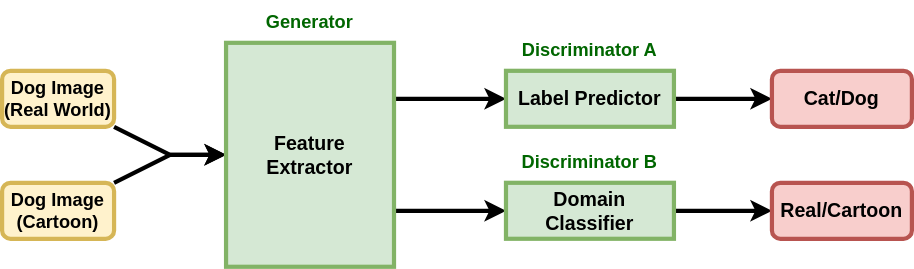
yyhtbs-yye/course_images keeps this draw.io diagram as DAT using GAN.svg. Above is the earlier version. Source tidied: cells renumbered, new cells last; positions are measured from the earlier drawing's top-left corner, leaving out a move shared by most shapes. Source of this version:
```xml
<mxGraphModel>
  <root>
    <mxCell id="0" />
    <mxCell id="1" parent="0" />
    <mxCell id="2" style="rounded=0;jettySize=auto;html=1;entryX=0;entryY=0.5;entryDx=0;entryDy=0;strokeColor=default;strokeWidth=3;fontSize=14;fontColor=#006600;" parent="1" edge="1" source="3" target="8">
      <mxGeometry relative="1" as="geometry">
        <Array as="points">
          <mxPoint x="120" y="110" />
        </Array>
      </mxGeometry>
    </mxCell>
    <mxCell id="3" value="Dog Image&lt;br style=&quot;font-size: 13px;&quot;&gt;(Real World)" style="rounded=1;whiteSpace=wrap;html=1;fillStyle=auto;fillColor=#fff2cc;strokeColor=#d6b656;fontSize=13;fontStyle=1;strokeWidth=3;" parent="1" vertex="1">
      <mxGeometry y="50" width="80" height="40" as="geometry" />
    </mxCell>
    <mxCell id="4" style="rounded=0;jettySize=auto;html=1;strokeColor=default;strokeWidth=3;fontSize=14;fontColor=#006600;entryX=0;entryY=0.5;entryDx=0;entryDy=0;" parent="1" edge="1" source="5" target="8">
      <mxGeometry relative="1" as="geometry">
        <Array as="points">
          <mxPoint x="120" y="110" />
        </Array>
      </mxGeometry>
    </mxCell>
    <mxCell id="5" value="Dog Image&lt;br style=&quot;border-color: var(--border-color); font-size: 13px;&quot;&gt;(Cartoon)" style="rounded=1;whiteSpace=wrap;html=1;fillStyle=auto;fillColor=#fff2cc;strokeColor=#d6b656;fontSize=13;fontStyle=1;strokeWidth=3;" parent="1" vertex="1">
      <mxGeometry y="130" width="80" height="40" as="geometry" />
    </mxCell>
    <mxCell id="6" style="edgeStyle=orthogonalEdgeStyle;rounded=0;jettySize=auto;html=1;exitX=1;exitY=0.25;exitDx=0;exitDy=0;entryX=0;entryY=0.5;entryDx=0;entryDy=0;strokeColor=default;strokeWidth=3;fontSize=14;fontColor=#006600;" parent="1" edge="1" source="8" target="10">
      <mxGeometry relative="1" as="geometry" />
    </mxCell>
    <mxCell id="7" style="edgeStyle=orthogonalEdgeStyle;rounded=0;jettySize=auto;html=1;exitX=1;exitY=0.75;exitDx=0;exitDy=0;strokeColor=default;strokeWidth=3;fontSize=14;fontColor=#006600;" parent="1" edge="1" source="8" target="12">
      <mxGeometry relative="1" as="geometry" />
    </mxCell>
    <mxCell id="8" value="Feature&lt;br&gt;Extractor" style="rounded=0;whiteSpace=wrap;html=1;fillStyle=auto;fillColor=#d5e8d4;strokeColor=#82b366;fontSize=14;fontStyle=1;strokeWidth=3;" parent="1" vertex="1">
      <mxGeometry x="160" y="30" width="120" height="160" as="geometry" />
    </mxCell>
    <mxCell id="9" style="edgeStyle=orthogonalEdgeStyle;rounded=0;jettySize=auto;html=1;strokeColor=default;strokeWidth=3;fontSize=13;fontColor=#006600;" parent="1" edge="1" source="10" target="13">
      <mxGeometry relative="1" as="geometry" />
    </mxCell>
    <mxCell id="10" value="Label Predictor" style="rounded=0;whiteSpace=wrap;html=1;fillStyle=auto;fillColor=#d5e8d4;strokeColor=#82b366;fontSize=14;fontStyle=1;strokeWidth=3;" parent="1" vertex="1">
      <mxGeometry x="360" y="50" width="120" height="40" as="geometry" />
    </mxCell>
    <mxCell id="11" style="edgeStyle=orthogonalEdgeStyle;rounded=0;jettySize=auto;html=1;strokeColor=default;strokeWidth=3;fontSize=13;fontColor=#006600;" parent="1" edge="1" source="12" target="14">
      <mxGeometry relative="1" as="geometry" />
    </mxCell>
    <mxCell id="12" value="Domain Classifier" style="rounded=0;whiteSpace=wrap;html=1;fillStyle=auto;fillColor=#d5e8d4;strokeColor=#82b366;fontSize=14;fontStyle=1;strokeWidth=3;" parent="1" vertex="1">
      <mxGeometry x="360" y="130" width="120" height="40" as="geometry" />
    </mxCell>
    <mxCell id="13" value="Cat/Dog" style="text;html=1;strokeColor=#b85450;fillColor=#f8cecc;align=center;verticalAlign=middle;whiteSpace=wrap;rounded=1;fontSize=14;strokeWidth=3;fontStyle=1;" parent="1" vertex="1">
      <mxGeometry x="550" y="50" width="100" height="40" as="geometry" />
    </mxCell>
    <mxCell id="14" value="Real/Cartoon" style="text;html=1;strokeColor=#b85450;fillColor=#f8cecc;align=center;verticalAlign=middle;whiteSpace=wrap;rounded=1;fontSize=14;strokeWidth=3;fontStyle=1;" parent="1" vertex="1">
      <mxGeometry x="550" y="130" width="100" height="40" as="geometry" />
    </mxCell>
    <mxCell id="15" value="&lt;b&gt;Generator&lt;/b&gt;" style="text;html=1;strokeColor=none;fillColor=none;align=center;verticalAlign=middle;whiteSpace=wrap;rounded=0;fontSize=13;fontColor=#006600;" parent="1" vertex="1">
      <mxGeometry x="160" width="120" height="30" as="geometry" />
    </mxCell>
    <mxCell id="16" value="&lt;b&gt;Discriminator A&lt;/b&gt;" style="text;html=1;strokeColor=none;fillColor=none;align=center;verticalAlign=middle;whiteSpace=wrap;rounded=0;fontSize=13;fontColor=#006600;" parent="1" vertex="1">
      <mxGeometry x="360" y="20" width="120" height="30" as="geometry" />
    </mxCell>
    <mxCell id="17" value="&lt;b&gt;Discriminator B&lt;/b&gt;" style="text;html=1;strokeColor=none;fillColor=none;align=center;verticalAlign=middle;whiteSpace=wrap;rounded=0;fontSize=13;fontColor=#006600;" parent="1" vertex="1">
      <mxGeometry x="360" y="100" width="120" height="30" as="geometry" />
    </mxCell>
  </root>
</mxGraphModel>
```
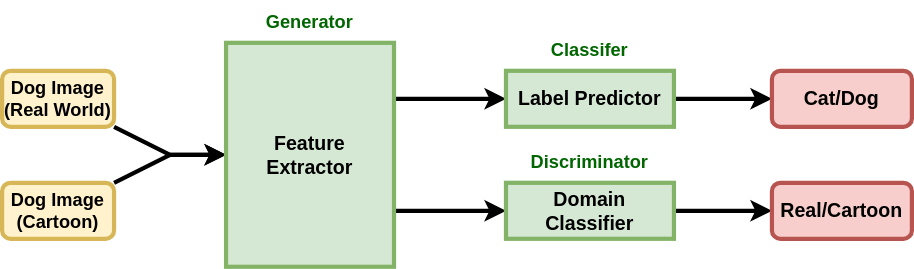
The same file after the commit.

Diff of the diagram source:
```diff
@@ -52,10 +52,10 @@
     <mxCell id="15" value="&lt;b&gt;Generator&lt;/b&gt;" style="text;html=1;strokeColor=none;fillColor=none;align=center;verticalAlign=middle;whiteSpace=wrap;rounded=0;fontSize=13;fontColor=#006600;" parent="1" vertex="1">
       <mxGeometry x="160" width="120" height="30" as="geometry" />
     </mxCell>
-    <mxCell id="16" value="&lt;b&gt;Discriminator A&lt;/b&gt;" style="text;html=1;strokeColor=none;fillColor=none;align=center;verticalAlign=middle;whiteSpace=wrap;rounded=0;fontSize=13;fontColor=#006600;" parent="1" vertex="1">
+    <mxCell id="16" value="&lt;b&gt;Classifer&lt;/b&gt;" style="text;html=1;strokeColor=none;fillColor=none;align=center;verticalAlign=middle;whiteSpace=wrap;rounded=0;fontSize=13;fontColor=#006600;" parent="1" vertex="1">
       <mxGeometry x="360" y="20" width="120" height="30" as="geometry" />
     </mxCell>
-    <mxCell id="17" value="&lt;b&gt;Discriminator B&lt;/b&gt;" style="text;html=1;strokeColor=none;fillColor=none;align=center;verticalAlign=middle;whiteSpace=wrap;rounded=0;fontSize=13;fontColor=#006600;" parent="1" vertex="1">
+    <mxCell id="17" value="&lt;b&gt;Discriminator&lt;/b&gt;" style="text;html=1;strokeColor=none;fillColor=none;align=center;verticalAlign=middle;whiteSpace=wrap;rounded=0;fontSize=13;fontColor=#006600;" parent="1" vertex="1">
       <mxGeometry x="360" y="100" width="120" height="30" as="geometry" />
     </mxCell>
   </root>
```
